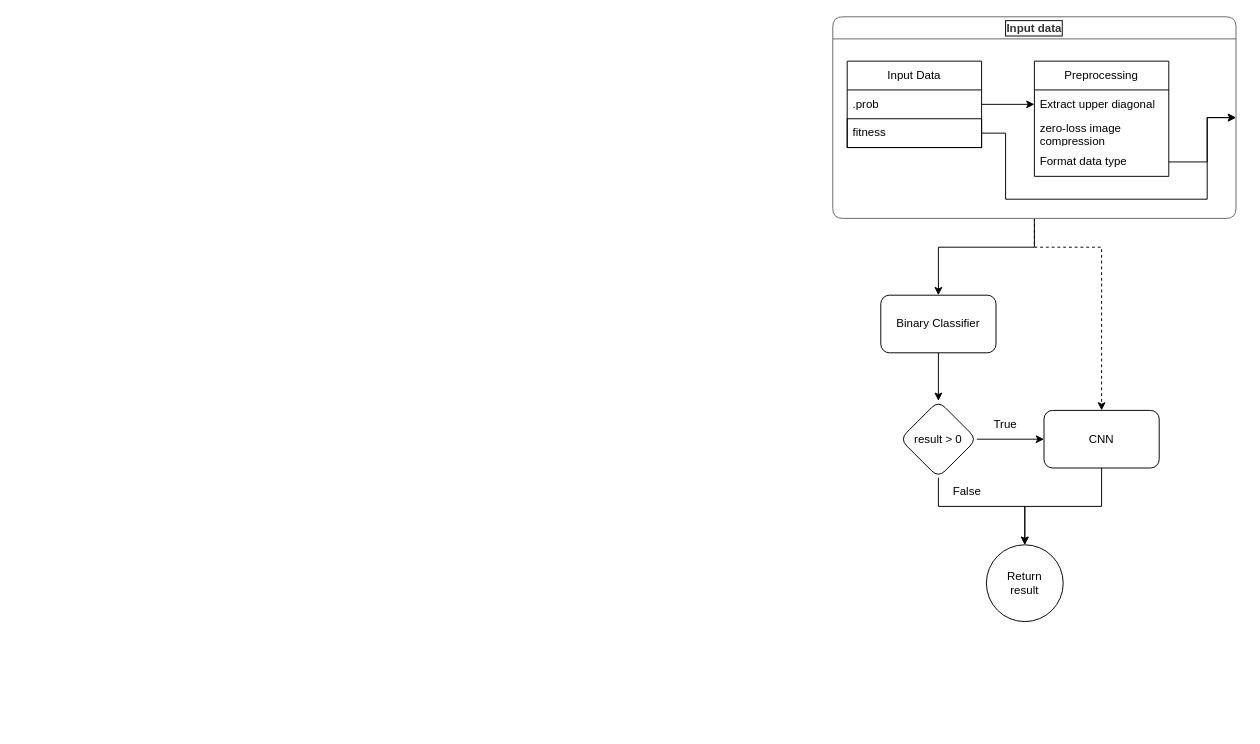
Before: ML/py_files/cnn_prob/drawio/brain.drawio in vincbeaulieu/HDV-LIG14, a draw.io diagram. Source tidied: cells renumbered, new cells numbered last; positions are measured from the earlier drawing's top-left corner, leaving out a move shared by most shapes. Both pictures are drawn from the tidied source at 96%, with x=0, y=0 at pixel (832, 16).
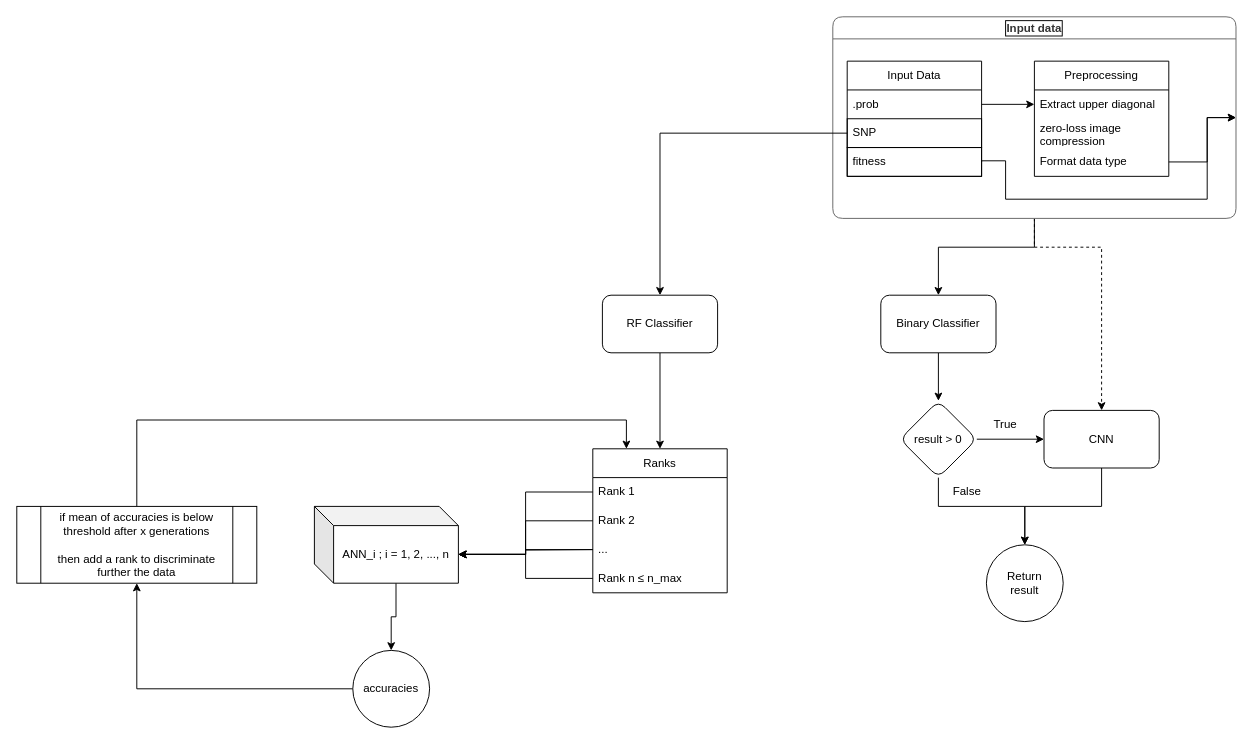
The same diagram, later.

The change refers to these unchanged cells:
```xml
<mxCell id="14" value="Input data" style="swimlane;whiteSpace=wrap;html=1;rounded=1;shadow=0;glass=0;labelBackgroundColor=#FFFFFF;labelBorderColor=default;fillColor=default;fontColor=#333333;strokeColor=#666666;swimlaneFillColor=default;" parent="1" vertex="1">
  <mxGeometry width="420" height="210" as="geometry" />
</mxCell>
```

The edit, as a diff of the source:
```diff
@@
     <mxCell id="15" value="Input Data" style="swimlane;fontStyle=0;horizontal=1;startSize=30;whiteSpace=wrap;html=1;labelBackgroundColor=#FFFFFF;" parent="14" vertex="1">
-      <mxGeometry x="15" y="46.2" width="140" height="90" as="geometry" />
+      <mxGeometry x="15" y="46.2" width="140" height="120" as="geometry" />
     </mxCell>
@@
-    <mxCell id="17" value="fitness" style="text;strokeColor=default;fillColor=none;align=left;verticalAlign=middle;spacingLeft=4;spacingRight=4;overflow=hidden;points=[[0,0.5],[1,0.5]];portConstraint=eastwest;whiteSpace=wrap;html=1;glass=0;shadow=0;" parent="15" vertex="1">
+    <mxCell id="17" value="SNP" style="text;strokeColor=default;fillColor=none;align=left;verticalAlign=middle;spacingLeft=4;spacingRight=4;overflow=hidden;points=[[0,0.5],[1,0.5]];portConstraint=eastwest;whiteSpace=wrap;html=1;glass=0;shadow=0;" parent="15" vertex="1">
       <mxGeometry y="60" width="140" height="30" as="geometry" />
     </mxCell>
+    <mxCell id="25" value="fitness" style="text;strokeColor=default;fillColor=none;align=left;verticalAlign=middle;spacingLeft=4;spacingRight=4;overflow=hidden;points=[[0,0.5],[1,0.5]];portConstraint=eastwest;whiteSpace=wrap;html=1;glass=0;shadow=0;" parent="15" vertex="1">
+      <mxGeometry y="90" width="140" height="30" as="geometry" />
+    </mxCell>
@@
-    <mxCell id="23" style="edgeStyle=orthogonalEdgeStyle;rounded=0;jettySize=auto;html=1;exitX=1;exitY=0.5;exitDx=0;exitDy=0;entryX=1;entryY=0.5;entryDx=0;entryDy=0;" parent="14" edge="1" source="17" target="14">
+    <mxCell id="23" style="edgeStyle=orthogonalEdgeStyle;rounded=0;jettySize=auto;html=1;exitX=1;exitY=0.5;exitDx=0;exitDy=0;entryX=1;entryY=0.5;entryDx=0;entryDy=0;" parent="14" edge="1" source="25" target="14">
       <mxGeometry relative="1" as="geometry">
         <Array as="points">
-          <mxPoint x="180" y="121" />
+          <mxPoint x="155" y="150" />
+          <mxPoint x="180" y="150" />
           <mxPoint x="180" y="190" />
           <mxPoint x="390" y="190" />
           <mxPoint x="390" y="105" />
         </Array>
       </mxGeometry>
     </mxCell>
@@
+    <mxCell id="26" style="edgeStyle=orthogonalEdgeStyle;rounded=0;jettySize=auto;html=1;exitX=0.5;exitY=1;exitDx=0;exitDy=0;entryX=0.5;entryY=0;entryDx=0;entryDy=0;" parent="1" edge="1" source="27" target="29">
+      <mxGeometry relative="1" as="geometry" />
+    </mxCell>
+    <mxCell id="27" value="RF Classifier" style="rounded=1;whiteSpace=wrap;html=1;" parent="1" vertex="1">
+      <mxGeometry x="-240" y="290" width="120" height="60" as="geometry" />
+    </mxCell>
+    <mxCell id="28" style="edgeStyle=orthogonalEdgeStyle;rounded=0;jettySize=auto;html=1;exitX=0;exitY=0.5;exitDx=0;exitDy=0;" parent="1" edge="1" source="17" target="27">
+      <mxGeometry relative="1" as="geometry" />
+    </mxCell>
+    <mxCell id="29" value="Ranks" style="swimlane;fontStyle=0;horizontal=1;startSize=30;whiteSpace=wrap;html=1;" parent="1" vertex="1">
+      <mxGeometry x="-250" y="450" width="140" height="150" as="geometry" />
+    </mxCell>
+    <mxCell id="30" value="Rank 1" style="text;strokeColor=none;fillColor=none;align=left;verticalAlign=middle;spacingLeft=4;spacingRight=4;overflow=hidden;points=[[0,0.5],[1,0.5]];portConstraint=eastwest;whiteSpace=wrap;html=1;" parent="29" vertex="1">
+      <mxGeometry y="30" width="140" height="30" as="geometry" />
+    </mxCell>
+    <mxCell id="31" value="Rank 2" style="text;strokeColor=none;fillColor=none;align=left;verticalAlign=middle;spacingLeft=4;spacingRight=4;overflow=hidden;points=[[0,0.5],[1,0.5]];portConstraint=eastwest;whiteSpace=wrap;html=1;" parent="29" vertex="1">
+      <mxGeometry y="60" width="140" height="30" as="geometry" />
+    </mxCell>
+    <mxCell id="32" value="..." style="text;strokeColor=none;fillColor=none;align=left;verticalAlign=middle;spacingLeft=4;spacingRight=4;overflow=hidden;points=[[0,0.5],[1,0.5]];portConstraint=eastwest;whiteSpace=wrap;html=1;" parent="29" vertex="1">
+      <mxGeometry y="90" width="140" height="30" as="geometry" />
+    </mxCell>
+    <mxCell id="33" value="Rank n&amp;nbsp;≤&amp;nbsp;n_max" style="text;strokeColor=none;fillColor=none;align=left;verticalAlign=middle;spacingLeft=4;spacingRight=4;overflow=hidden;points=[[0,0.5],[1,0.5]];portConstraint=eastwest;whiteSpace=wrap;html=1;" parent="29" vertex="1">
+      <mxGeometry y="120" width="140" height="30" as="geometry" />
+    </mxCell>
+    <mxCell id="34" style="edgeStyle=orthogonalEdgeStyle;rounded=0;jettySize=auto;html=1;exitX=0;exitY=0;exitDx=85;exitDy=80;exitPerimeter=0;" parent="1" edge="1" source="35" target="42">
+      <mxGeometry relative="1" as="geometry" />
+    </mxCell>
+    <mxCell id="35" value="ANN_i ; i = 1, 2, ..., n" style="shape=cube;whiteSpace=wrap;html=1;boundedLbl=1;backgroundOutline=1;darkOpacity=0.05;darkOpacity2=0.1;" parent="1" vertex="1">
+      <mxGeometry x="-540" y="510" width="150" height="80" as="geometry" />
+    </mxCell>
+    <mxCell id="36" style="edgeStyle=orthogonalEdgeStyle;rounded=0;jettySize=auto;html=1;exitX=0;exitY=0.5;exitDx=0;exitDy=0;entryX=0;entryY=0;entryDx=150;entryDy=50;entryPerimeter=0;" parent="1" edge="1" source="30" target="35">
+      <mxGeometry relative="1" as="geometry" />
+    </mxCell>
+    <mxCell id="37" style="edgeStyle=orthogonalEdgeStyle;rounded=0;jettySize=auto;html=1;exitX=0;exitY=0.5;exitDx=0;exitDy=0;entryX=0;entryY=0;entryDx=150;entryDy=50;entryPerimeter=0;" parent="1" edge="1" source="31" target="35">
+      <mxGeometry relative="1" as="geometry" />
+    </mxCell>
+    <mxCell id="38" style="edgeStyle=orthogonalEdgeStyle;rounded=0;jettySize=auto;html=1;exitX=0;exitY=0.5;exitDx=0;exitDy=0;entryX=0;entryY=0;entryDx=150;entryDy=50;entryPerimeter=0;" parent="1" edge="1" target="35">
+      <mxGeometry relative="1" as="geometry">
+        <mxPoint x="-250" y="555" as="sourcePoint" />
+      </mxGeometry>
+    </mxCell>
+    <mxCell id="39" style="edgeStyle=orthogonalEdgeStyle;rounded=0;jettySize=auto;html=1;exitX=0;exitY=0.5;exitDx=0;exitDy=0;entryX=0;entryY=0;entryDx=150;entryDy=50;entryPerimeter=0;" parent="1" edge="1" source="32" target="35">
+      <mxGeometry relative="1" as="geometry" />
+    </mxCell>
+    <mxCell id="40" style="edgeStyle=orthogonalEdgeStyle;rounded=0;jettySize=auto;html=1;exitX=0;exitY=0.5;exitDx=0;exitDy=0;entryX=0;entryY=0;entryDx=150;entryDy=50;entryPerimeter=0;" parent="1" edge="1" source="33" target="35">
+      <mxGeometry relative="1" as="geometry" />
+    </mxCell>
+    <mxCell id="41" style="edgeStyle=orthogonalEdgeStyle;rounded=0;jettySize=auto;html=1;exitX=0;exitY=0.5;exitDx=0;exitDy=0;" parent="1" edge="1" source="42" target="44">
+      <mxGeometry relative="1" as="geometry" />
+    </mxCell>
+    <mxCell id="42" value="accuracies" style="ellipse;whiteSpace=wrap;html=1;" parent="1" vertex="1">
+      <mxGeometry x="-500" y="660" width="80" height="80" as="geometry" />
+    </mxCell>
+    <mxCell id="43" style="edgeStyle=orthogonalEdgeStyle;rounded=0;jettySize=auto;html=1;exitX=0.5;exitY=0;exitDx=0;exitDy=0;entryX=0.25;entryY=0;entryDx=0;entryDy=0;" parent="1" edge="1" source="44" target="29">
+      <mxGeometry relative="1" as="geometry">
+        <Array as="points">
+          <mxPoint x="-725" y="420" />
+          <mxPoint x="-215" y="420" />
+        </Array>
+      </mxGeometry>
+    </mxCell>
+    <mxCell id="44" value="if mean of accuracies is below threshold after x generations&lt;br&gt;&lt;br&gt;then add a rank to discriminate further the data" style="shape=process;whiteSpace=wrap;html=1;backgroundOutline=1;" parent="1" vertex="1">
+      <mxGeometry x="-850" y="510" width="250" height="80" as="geometry" />
+    </mxCell>
```
